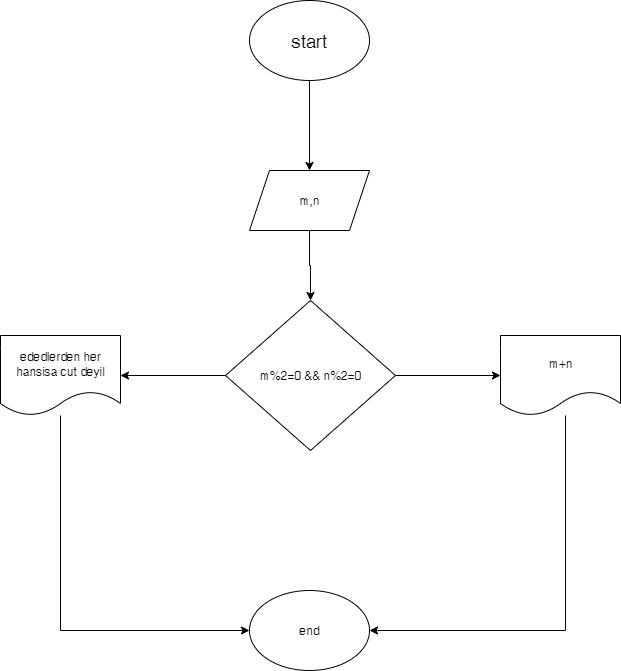
The draw.io diagram 03-FlowChart/4 cu tapsiriq.drawio.png in alihashimov06/APA-102, before a commit. Source tidied: cells renumbered, new cells last; positions are measured from the earlier drawing's top-left corner, leaving out a move shared by most shapes.
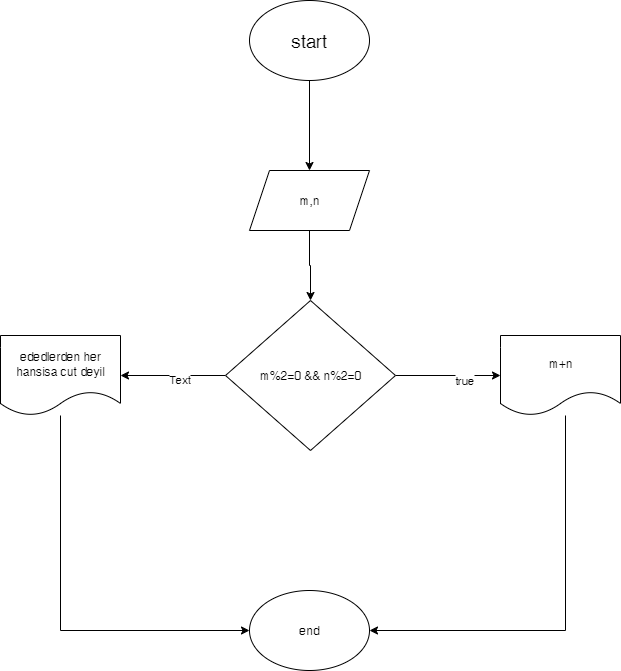
The same file after the commit.

What changed in the source:
```diff
@@ -17,9 +17,15 @@
     <mxCell id="6" style="edgeStyle=orthogonalEdgeStyle;rounded=0;jettySize=auto;html=1;" parent="1" edge="1" source="8" target="10">
       <mxGeometry relative="1" as="geometry" />
     </mxCell>
+    <mxCell id="14" value="true" style="edgeLabel;html=1;align=center;verticalAlign=middle;" parent="6" vertex="1">
+      <mxGeometry x="0.3" y="-4" relative="1" as="geometry" />
+    </mxCell>
     <mxCell id="7" style="edgeStyle=orthogonalEdgeStyle;rounded=0;jettySize=auto;html=1;" parent="1" edge="1" source="8" target="12">
       <mxGeometry relative="1" as="geometry" />
     </mxCell>
+    <mxCell id="15" value="Text" style="edgeLabel;html=1;align=center;verticalAlign=middle;" parent="7" vertex="1">
+      <mxGeometry x="-0.11" y="3" relative="1" as="geometry" />
+    </mxCell>
     <mxCell id="8" value="m%2=0 &amp;amp;&amp;amp; n%2=0" style="rhombus;whiteSpace=wrap;html=1;" parent="1" vertex="1">
       <mxGeometry x="225" y="300" width="170" height="150" as="geometry" />
     </mxCell>
```
